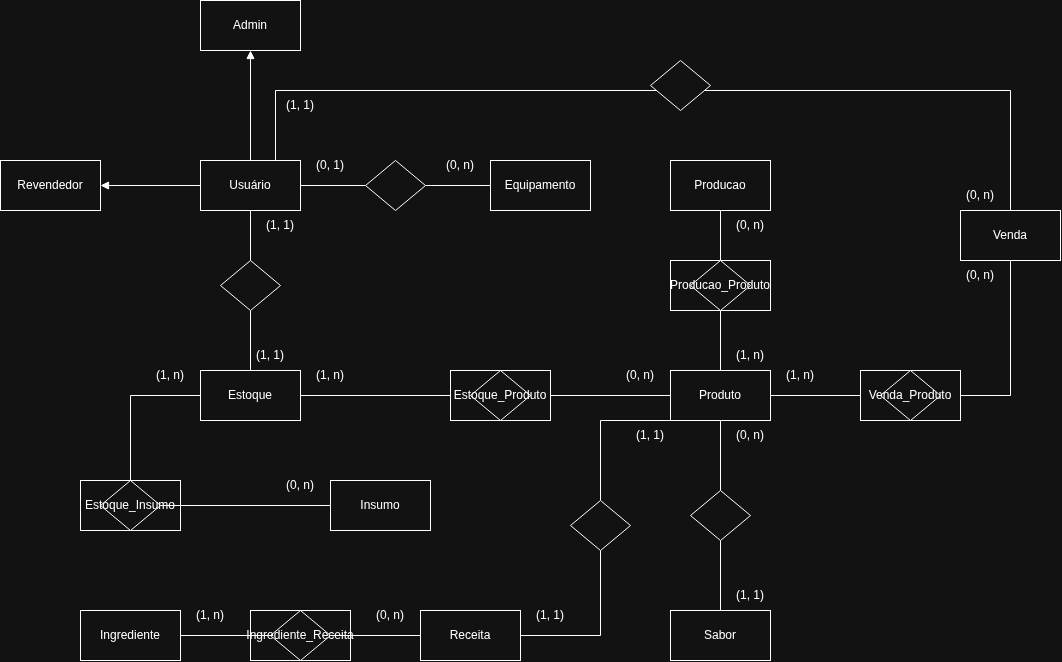
kaue0000/autonium-api keeps this draw.io diagram as docs/diagramas/DER.png. Above is the earlier version. Source tidied: cells renumbered, new cells last; positions are measured from the earlier drawing's top-left corner, leaving out a move shared by most shapes.
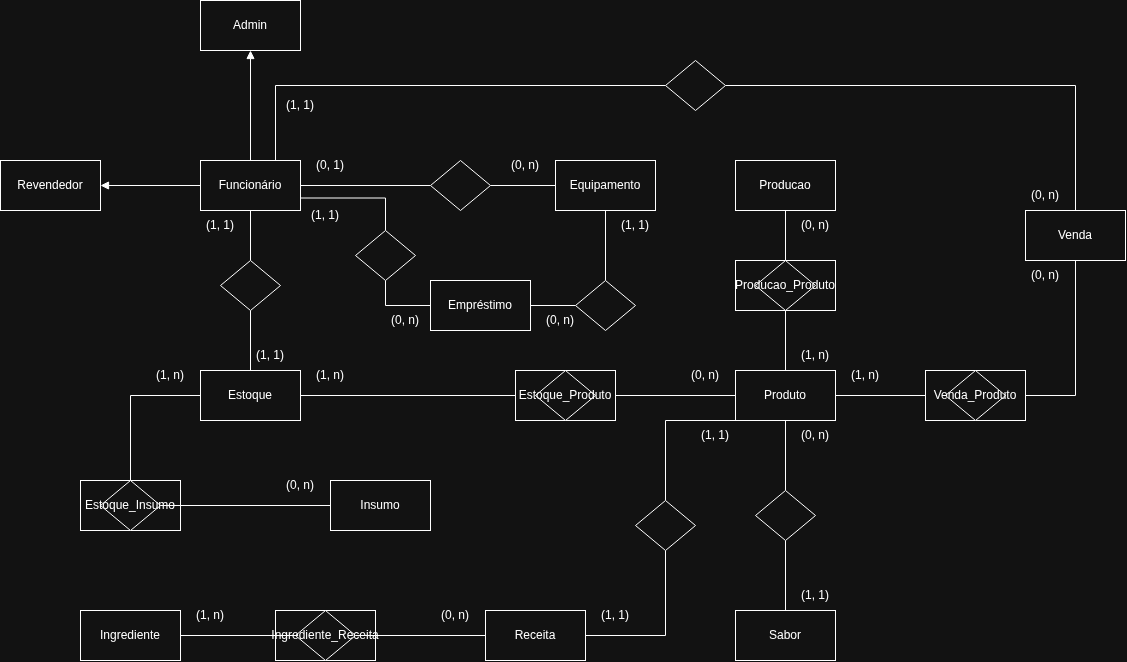
Above is the later version.

Commit message:
docs: Adiciona Empréstimo ao diagrama DER

The edit, as a diff of the source:
```diff
@@ -3,10 +3,10 @@
     <mxCell id="0" />
     <mxCell id="1" parent="0" />
     <mxCell id="2" style="html=1;dashed=0;whiteSpace=wrap;" parent="1" vertex="1">
-      <mxGeometry x="250" y="610" width="100" height="50" as="geometry" />
+      <mxGeometry x="210" y="610" width="100" height="50" as="geometry" />
     </mxCell>
     <mxCell id="3" style="html=1;dashed=0;whiteSpace=wrap;" parent="1" vertex="1">
-      <mxGeometry x="80" y="480" width="100" height="50" as="geometry" />
+      <mxGeometry x="15" y="480" width="100" height="50" as="geometry" />
     </mxCell>
     <mxCell id="4" style="rounded=0;jettySize=auto;html=1;entryX=1;entryY=0.5;entryDx=0;entryDy=0;defaultLabelBackgroundColor=gap;endArrow=block;endFill=1;" parent="1" edge="1" source="9" target="10">
       <mxGeometry relative="1" as="geometry" />
@@ -20,27 +20,33 @@
     <mxCell id="7" style="rounded=0;jettySize=auto;html=1;defaultLabelBackgroundColor=gap;endArrow=none;endFill=0;" parent="1" edge="1" source="42" target="37">
       <mxGeometry relative="1" as="geometry" />
     </mxCell>
-    <mxCell id="8" style="rounded=0;jettySize=auto;html=1;entryX=0.5;entryY=0;entryDx=0;entryDy=0;defaultLabelBackgroundColor=page;edgeStyle=orthogonalEdgeStyle;endArrow=none;endFill=0;" parent="1" edge="1" source="67" target="18">
-      <mxGeometry x="-0.37" relative="1" as="geometry">
-        <Array as="points">
-          <mxPoint x="1010" y="90" />
-        </Array>
-      </mxGeometry>
+    <mxCell id="8" style="rounded=0;jettySize=auto;html=1;entryX=0.5;entryY=0;entryDx=0;entryDy=0;defaultLabelBackgroundColor=page;edgeStyle=orthogonalEdgeStyle;endArrow=none;endFill=0;exitX=1;exitY=0.5;exitDx=0;exitDy=0;" parent="1" edge="1" source="67" target="18">
+      <mxGeometry x="-0.38" relative="1" as="geometry" />
     </mxCell>
+    <mxCell id="70" style="edgeStyle=orthogonalEdgeStyle;rounded=0;jettySize=auto;html=1;entryX=0;entryY=0.5;entryDx=0;entryDy=0;defaultLabelBackgroundColor=page;endArrow=none;endFill=0;" parent="1" edge="1" source="76" target="72">
+      <mxGeometry x="0.09" relative="1" as="geometry">
+        <Array as="points">
+          <mxPoint x="320" y="305" />
+        </Array>
+      </mxGeometry>
+    </mxCell>
-    <mxCell id="9" value="Usuário" style="html=1;dashed=0;whiteSpace=wrap;" parent="1" vertex="1">
-      <mxGeometry x="200" y="160" width="100" height="50" as="geometry" />
+    <mxCell id="9" value="Funcionário" style="html=1;dashed=0;whiteSpace=wrap;" parent="1" vertex="1">
+      <mxGeometry x="135" y="160" width="100" height="50" as="geometry" />
     </mxCell>
     <mxCell id="10" value="Revendedor" style="html=1;dashed=0;whiteSpace=wrap;" parent="1" vertex="1">
-      <mxGeometry y="160" width="100" height="50" as="geometry" />
+      <mxGeometry x="-65" y="160" width="100" height="50" as="geometry" />
     </mxCell>
     <mxCell id="11" value="Admin" style="html=1;dashed=0;whiteSpace=wrap;" parent="1" vertex="1">
-      <mxGeometry x="200" width="100" height="50" as="geometry" />
+      <mxGeometry x="135" width="100" height="50" as="geometry" />
     </mxCell>
+    <mxCell id="71" style="edgeStyle=orthogonalEdgeStyle;rounded=0;jettySize=auto;html=1;exitX=0.5;exitY=1;exitDx=0;exitDy=0;entryX=0.5;entryY=0;entryDx=0;entryDy=0;defaultLabelBackgroundColor=page;endArrow=none;endFill=0;" parent="1" edge="1" source="12" target="74">
+      <mxGeometry relative="1" as="geometry" />
+    </mxCell>
     <mxCell id="12" value="Equipamento" style="html=1;dashed=0;whiteSpace=wrap;" parent="1" vertex="1">
       <mxGeometry x="490" y="160" width="100" height="50" as="geometry" />
     </mxCell>
     <mxCell id="13" value="Insumo" style="html=1;dashed=0;whiteSpace=wrap;" parent="1" vertex="1">
-      <mxGeometry x="330" y="480" width="100" height="50" as="geometry" />
+      <mxGeometry x="265" y="480" width="100" height="50" as="geometry" />
     </mxCell>
     <mxCell id="14" style="edgeStyle=orthogonalEdgeStyle;rounded=0;jettySize=auto;html=1;defaultLabelBackgroundColor=gap;endArrow=none;endFill=0;" parent="1" edge="1" source="65" target="17">
       <mxGeometry relative="1" as="geometry" />
@@ -56,7 +62,7 @@
       <mxGeometry x="420" y="610" width="100" height="50" as="geometry" />
     </mxCell>
     <mxCell id="17" value="Ingrediente" style="html=1;dashed=0;whiteSpace=wrap;" parent="1" vertex="1">
-      <mxGeometry x="80" y="610" width="100" height="50" as="geometry" />
+      <mxGeometry x="15" y="610" width="100" height="50" as="geometry" />
     </mxCell>
     <mxCell id="18" value="Venda" style="html=1;dashed=0;whiteSpace=wrap;" parent="1" vertex="1">
       <mxGeometry x="960" y="210" width="100" height="50" as="geometry" />
@@ -80,7 +86,7 @@
       <mxGeometry x="430" y="150" width="60" height="30" as="geometry" />
     </mxCell>
     <mxCell id="25" value="(0, 1)" style="text;html=1;whiteSpace=wrap;strokeColor=none;fillColor=none;align=center;verticalAlign=middle;rounded=0;" parent="1" vertex="1">
-      <mxGeometry x="300" y="150" width="60" height="30" as="geometry" />
+      <mxGeometry x="235" y="150" width="60" height="30" as="geometry" />
     </mxCell>
     <mxCell id="26" value="Sabor" style="html=1;dashed=0;whiteSpace=wrap;" parent="1" vertex="1">
       <mxGeometry x="670" y="610" width="100" height="50" as="geometry" />
@@ -98,7 +104,7 @@
       <mxGeometry x="690" y="490" width="60" height="50" as="geometry" />
     </mxCell>
     <mxCell id="31" value="(1, n)" style="text;html=1;whiteSpace=wrap;strokeColor=none;fillColor=none;align=center;verticalAlign=middle;rounded=0;" parent="1" vertex="1">
-      <mxGeometry x="180" y="600" width="60" height="30" as="geometry" />
+      <mxGeometry x="115" y="600" width="60" height="30" as="geometry" />
     </mxCell>
     <mxCell id="32" value="(0, n)" style="text;html=1;whiteSpace=wrap;strokeColor=none;fillColor=none;align=center;verticalAlign=middle;rounded=0;" parent="1" vertex="1">
       <mxGeometry x="360" y="600" width="60" height="30" as="geometry" />
@@ -116,13 +122,13 @@
       <mxGeometry x="0.09" relative="1" as="geometry" />
     </mxCell>
     <mxCell id="37" value="Estoque" style="html=1;dashed=0;whiteSpace=wrap;" parent="1" vertex="1">
-      <mxGeometry x="200" y="370" width="100" height="50" as="geometry" />
+      <mxGeometry x="135" y="370" width="100" height="50" as="geometry" />
     </mxCell>
     <mxCell id="38" style="rounded=0;jettySize=auto;html=1;defaultLabelBackgroundColor=gap;endArrow=none;endFill=0;exitX=0;exitY=0.5;exitDx=0;exitDy=0;edgeStyle=orthogonalEdgeStyle;" parent="1" edge="1" source="37" target="39">
       <mxGeometry x="0.09" relative="1" as="geometry" />
     </mxCell>
     <mxCell id="39" value="Estoque_Insumo" style="shape=rhombus;html=1;dashed=0;whiteSpace=wrap;perimeter=rhombusPerimeter;" parent="1" vertex="1">
-      <mxGeometry x="100" y="480" width="60" height="50" as="geometry" />
+      <mxGeometry x="35" y="480" width="60" height="50" as="geometry" />
     </mxCell>
     <mxCell id="40" style="edgeStyle=orthogonalEdgeStyle;rounded=0;jettySize=auto;html=1;defaultLabelBackgroundColor=gap;endArrow=none;endFill=0;" parent="1" edge="1" source="22" target="46">
       <mxGeometry relative="1" as="geometry" />
@@ -131,7 +137,7 @@
       <mxGeometry relative="1" as="geometry" />
     </mxCell>
     <mxCell id="42" style="shape=rhombus;html=1;dashed=0;whiteSpace=wrap;perimeter=rhombusPerimeter;" parent="1" vertex="1">
-      <mxGeometry x="220" y="260" width="60" height="50" as="geometry" />
+      <mxGeometry x="155" y="260" width="60" height="50" as="geometry" />
     </mxCell>
     <mxCell id="43" value="(0, n)" style="text;html=1;whiteSpace=wrap;strokeColor=none;fillColor=none;align=center;verticalAlign=middle;rounded=0;" parent="1" vertex="1">
       <mxGeometry x="950" y="260" width="60" height="30" as="geometry" />
@@ -164,7 +170,7 @@
       <mxGeometry x="610" y="360" width="60" height="30" as="geometry" />
     </mxCell>
     <mxCell id="53" value="(1, n)" style="text;html=1;whiteSpace=wrap;strokeColor=none;fillColor=none;align=center;verticalAlign=middle;rounded=0;" parent="1" vertex="1">
-      <mxGeometry x="300" y="360" width="60" height="30" as="geometry" />
+      <mxGeometry x="235" y="360" width="60" height="30" as="geometry" />
     </mxCell>
     <mxCell id="54" style="html=1;dashed=0;whiteSpace=wrap;" parent="1" vertex="1">
       <mxGeometry x="450" y="370" width="100" height="50" as="geometry" />
@@ -173,16 +179,16 @@
       <mxGeometry x="470" y="370" width="60" height="50" as="geometry" />
     </mxCell>
     <mxCell id="56" value="(0, n)" style="text;html=1;whiteSpace=wrap;strokeColor=none;fillColor=none;align=center;verticalAlign=middle;rounded=0;" parent="1" vertex="1">
-      <mxGeometry x="270" y="470" width="60" height="30" as="geometry" />
+      <mxGeometry x="205" y="470" width="60" height="30" as="geometry" />
     </mxCell>
     <mxCell id="57" value="(1, n)" style="text;html=1;whiteSpace=wrap;strokeColor=none;fillColor=none;align=center;verticalAlign=middle;rounded=0;" parent="1" vertex="1">
-      <mxGeometry x="140" y="360" width="60" height="30" as="geometry" />
+      <mxGeometry x="75" y="360" width="60" height="30" as="geometry" />
     </mxCell>
     <mxCell id="58" value="(1, 1)" style="text;html=1;whiteSpace=wrap;strokeColor=none;fillColor=none;align=center;verticalAlign=middle;rounded=0;" parent="1" vertex="1">
-      <mxGeometry x="240" y="340" width="60" height="30" as="geometry" />
+      <mxGeometry x="175" y="340" width="60" height="30" as="geometry" />
     </mxCell>
     <mxCell id="59" value="(1, 1)" style="text;html=1;whiteSpace=wrap;strokeColor=none;fillColor=none;align=center;verticalAlign=middle;rounded=0;" parent="1" vertex="1">
-      <mxGeometry x="250" y="210" width="60" height="30" as="geometry" />
+      <mxGeometry x="125" y="210" width="60" height="30" as="geometry" />
     </mxCell>
     <mxCell id="60" style="edgeStyle=orthogonalEdgeStyle;rounded=0;jettySize=auto;html=1;defaultLabelBackgroundColor=gap;endArrow=none;endFill=0;" parent="1" edge="1" source="16" target="61">
       <mxGeometry relative="1" as="geometry">
@@ -204,23 +210,50 @@
       <mxGeometry relative="1" as="geometry" />
     </mxCell>
     <mxCell id="65" value="Ingrediente_Receita" style="shape=rhombus;html=1;dashed=0;whiteSpace=wrap;perimeter=rhombusPerimeter;" parent="1" vertex="1">
-      <mxGeometry x="270" y="610" width="60" height="50" as="geometry" />
+      <mxGeometry x="230" y="610" width="60" height="50" as="geometry" />
     </mxCell>
-    <mxCell id="66" style="rounded=0;jettySize=auto;html=1;exitX=0.75;exitY=0;exitDx=0;exitDy=0;defaultLabelBackgroundColor=page;edgeStyle=orthogonalEdgeStyle;endArrow=none;endFill=0;" parent="1" edge="1" source="9" target="67">
-      <mxGeometry x="-0.21" relative="1" as="geometry">
-        <Array as="points">
-          <mxPoint x="275" y="90" />
-        </Array>
-      </mxGeometry>
+    <mxCell id="66" style="rounded=0;jettySize=auto;html=1;exitX=0.75;exitY=0;exitDx=0;exitDy=0;defaultLabelBackgroundColor=page;edgeStyle=orthogonalEdgeStyle;endArrow=none;endFill=0;entryX=0;entryY=0.5;entryDx=0;entryDy=0;" parent="1" edge="1" source="9" target="67">
+      <mxGeometry x="-0.21" relative="1" as="geometry" />
     </mxCell>
     <mxCell id="67" style="shape=rhombus;html=1;dashed=0;whiteSpace=wrap;perimeter=rhombusPerimeter;" parent="1" vertex="1">
-      <mxGeometry x="650" y="60" width="60" height="50" as="geometry" />
+      <mxGeometry x="600" y="60" width="60" height="50" as="geometry" />
     </mxCell>
     <mxCell id="68" value="(0, n)" style="text;html=1;whiteSpace=wrap;strokeColor=none;fillColor=none;align=center;verticalAlign=middle;rounded=0;" parent="1" vertex="1">
       <mxGeometry x="950" y="180" width="60" height="30" as="geometry" />
     </mxCell>
     <mxCell id="69" value="(1, 1)" style="text;html=1;whiteSpace=wrap;strokeColor=none;fillColor=none;align=center;verticalAlign=middle;rounded=0;" parent="1" vertex="1">
-      <mxGeometry x="270" y="90" width="60" height="30" as="geometry" />
+      <mxGeometry x="205" y="90" width="60" height="30" as="geometry" />
     </mxCell>
+    <mxCell id="72" value="Empréstimo" style="html=1;dashed=0;whiteSpace=wrap;" parent="1" vertex="1">
+      <mxGeometry x="365" y="280" width="100" height="50" as="geometry" />
+    </mxCell>
+    <mxCell id="73" style="edgeStyle=orthogonalEdgeStyle;rounded=0;jettySize=auto;html=1;exitX=0;exitY=0.5;exitDx=0;exitDy=0;entryX=1;entryY=0.5;entryDx=0;entryDy=0;defaultLabelBackgroundColor=page;endArrow=none;endFill=0;" parent="1" edge="1" source="74" target="72">
+      <mxGeometry relative="1" as="geometry" />
+    </mxCell>
+    <mxCell id="74" style="shape=rhombus;html=1;dashed=0;whiteSpace=wrap;perimeter=rhombusPerimeter;" parent="1" vertex="1">
+      <mxGeometry x="510" y="280" width="60" height="50" as="geometry" />
+    </mxCell>
+    <mxCell id="75" style="edgeStyle=orthogonalEdgeStyle;rounded=0;jettySize=auto;html=1;exitX=1;exitY=0.75;exitDx=0;exitDy=0;defaultLabelBackgroundColor=page;endArrow=none;endFill=0;" parent="1" edge="1" source="9" target="76">
+      <mxGeometry x="0.09" relative="1" as="geometry">
+        <Array as="points">
+          <mxPoint x="320" y="197.5" />
+        </Array>
+      </mxGeometry>
+    </mxCell>
+    <mxCell id="76" style="shape=rhombus;html=1;dashed=0;whiteSpace=wrap;perimeter=rhombusPerimeter;" parent="1" vertex="1">
+      <mxGeometry x="290" y="230" width="60" height="50" as="geometry" />
+    </mxCell>
+    <mxCell id="77" value="(0, n)" style="text;html=1;whiteSpace=wrap;strokeColor=none;fillColor=none;align=center;verticalAlign=middle;rounded=0;" parent="1" vertex="1">
+      <mxGeometry x="310" y="305" width="60" height="30" as="geometry" />
+    </mxCell>
+    <mxCell id="78" value="(1, 1)" style="text;html=1;whiteSpace=wrap;strokeColor=none;fillColor=none;align=center;verticalAlign=middle;rounded=0;" parent="1" vertex="1">
+      <mxGeometry x="230" y="200" width="60" height="30" as="geometry" />
+    </mxCell>
+    <mxCell id="79" value="(1, 1)" style="text;html=1;whiteSpace=wrap;strokeColor=none;fillColor=none;align=center;verticalAlign=middle;rounded=0;" parent="1" vertex="1">
+      <mxGeometry x="540" y="210" width="60" height="30" as="geometry" />
+    </mxCell>
+    <mxCell id="80" value="(0, n)" style="text;html=1;whiteSpace=wrap;strokeColor=none;fillColor=none;align=center;verticalAlign=middle;rounded=0;" parent="1" vertex="1">
+      <mxGeometry x="465" y="305" width="60" height="30" as="geometry" />
+    </mxCell>
   </root>
 </mxGraphModel>
```
